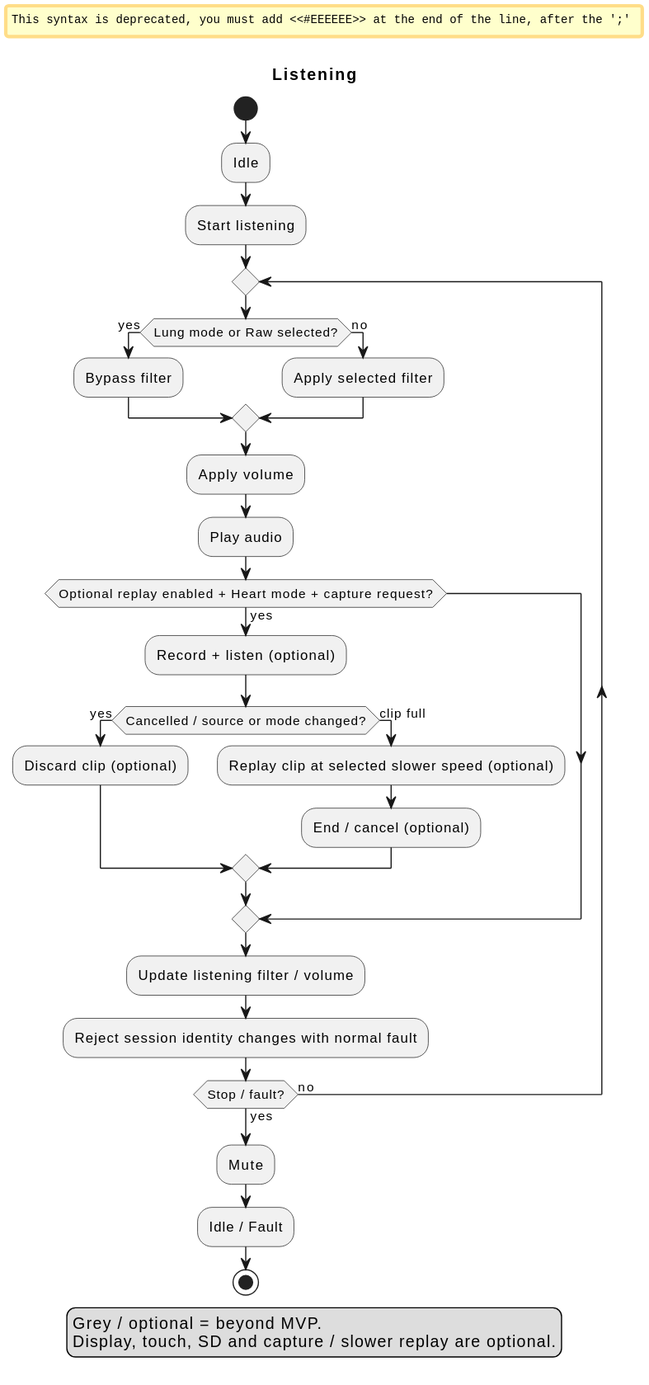
Above: Development/system/architecture/rendered/listening_workflow.svg in DemonicPsychoII/DigitalStethoscope (PlantUML), before the change.
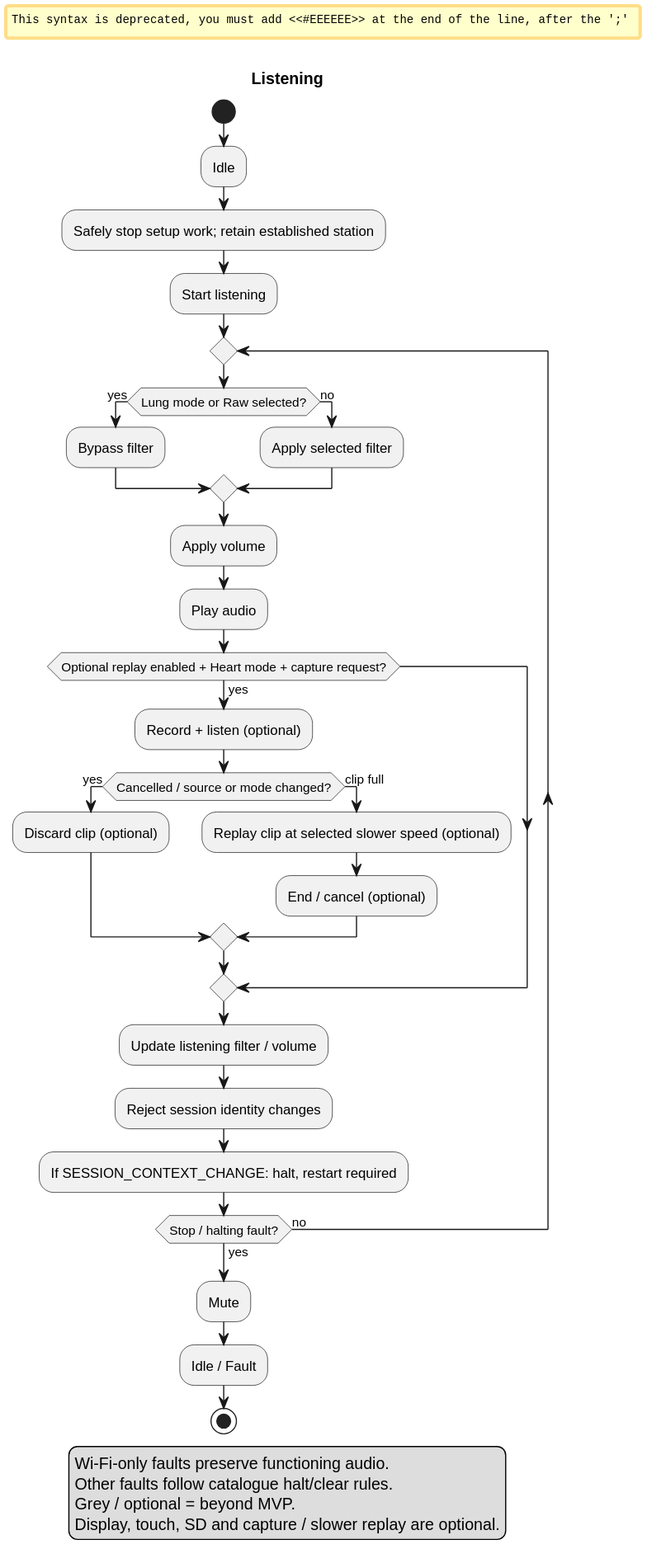
After the commit.

The edit, as a diff of the source:
```diff
@@ -4,6 +4,7 @@
 title Listening
 start
 :Idle;
+:Safely stop setup work; retain established station;
 :Start listening;
 repeat
  if (Lung mode or Raw selected?) then (yes)
@@ -23,12 +24,15 @@
   endif
  endif
  :Update listening filter / volume;
- :Reject session identity changes with normal fault;
-repeat while (Stop / fault?) is (no) not (yes)
+ :Reject session identity changes;
+ :If SESSION_CONTEXT_CHANGE: halt, restart required;
+repeat while (Stop / halting fault?) is (no) not (yes)
 :Mute;
 :Idle / Fault;
 stop
 legend bottom
+  Wi-Fi-only faults preserve functioning audio.
+  Other faults follow catalogue halt/clear rules.
   Grey / optional = beyond MVP.
   Display, touch, SD and capture / slower replay are optional.
 endlegend
```
